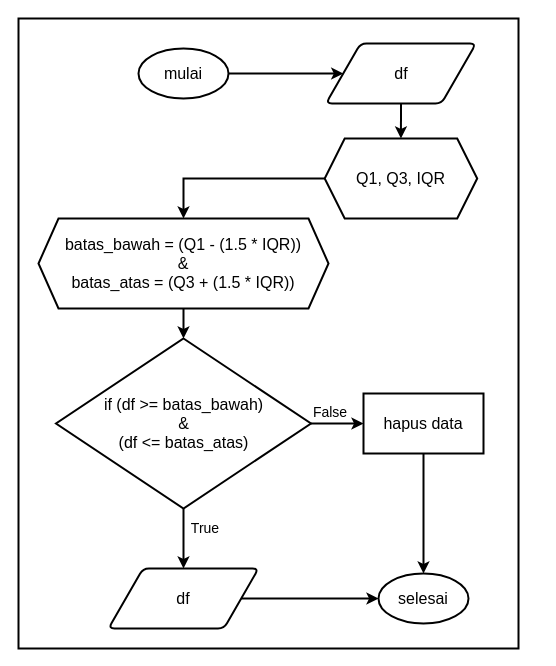
Before: Images/flowchart_menghapus_outlier.drawio in rshby/skripsi, a draw.io diagram. Source tidied: cells renumbered, new cells numbered last; positions are measured from the earlier drawing's top-left corner, leaving out a move shared by most shapes. Both pictures are drawn from the tidied source at 100%, with x=0, y=0 at pixel (18, 18).
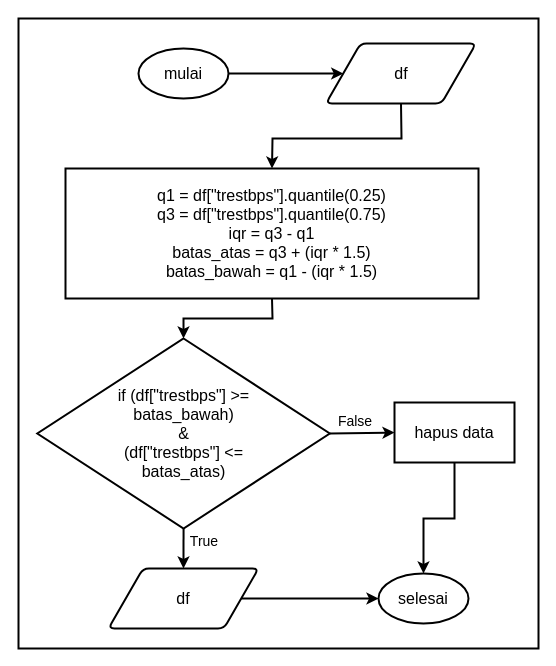
Above is the later version.

Diff of the diagram source:
```diff
@@
-    <mxCell id="2" style="group;" parent="1" vertex="1">
-      <mxGeometry width="500" height="630" as="geometry" />
-    </mxCell>
+    <mxCell id="22" style="group;" parent="1" vertex="1">
+      <mxGeometry width="520" height="630" as="geometry" />
+    </mxCell>
-    <mxCell id="3" style="rounded=0;whiteSpace=wrap;html=1;strokeWidth=2;" parent="2" vertex="1">
-      <mxGeometry width="500" height="630" as="geometry" />
+    <mxCell id="3" style="rounded=0;whiteSpace=wrap;html=1;strokeWidth=2;" parent="22" vertex="1">
+      <mxGeometry width="520" height="630" as="geometry" />
     </mxCell>
-    <mxCell id="4" value="&lt;font style=&quot;font-size: 16px&quot;&gt;mulai&lt;/font&gt;" style="strokeWidth=2;html=1;shape=mxgraph.flowchart.start_1;whiteSpace=wrap;" parent="2" vertex="1">
+    <mxCell id="4" value="&lt;font style=&quot;font-size: 16px&quot;&gt;mulai&lt;/font&gt;" style="strokeWidth=2;html=1;shape=mxgraph.flowchart.start_1;whiteSpace=wrap;" parent="22" vertex="1">
       <mxGeometry x="120" y="30" width="90" height="50" as="geometry" />
     </mxCell>
-    <mxCell id="5" value="&lt;font style=&quot;font-size: 16px&quot;&gt;df&lt;/font&gt;" style="shape=parallelogram;html=1;strokeWidth=2;perimeter=parallelogramPerimeter;whiteSpace=wrap;rounded=1;arcSize=12;size=0.23;" parent="2" vertex="1">
+    <mxCell id="5" value="&lt;font style=&quot;font-size: 16px&quot;&gt;df&lt;/font&gt;" style="shape=parallelogram;html=1;strokeWidth=2;perimeter=parallelogramPerimeter;whiteSpace=wrap;rounded=1;arcSize=12;size=0.23;" parent="22" vertex="1">
       <mxGeometry x="307.5" y="25" width="150" height="60" as="geometry" />
     </mxCell>
-    <mxCell id="6" style="endArrow=classic;html=1;strokeWidth=2;exitX=1;exitY=0.5;exitDx=0;exitDy=0;exitPerimeter=0;entryX=0;entryY=0.5;entryDx=0;entryDy=0;" parent="2" edge="1" source="4" target="5">
+    <mxCell id="6" style="endArrow=classic;html=1;strokeWidth=2;exitX=1;exitY=0.5;exitDx=0;exitDy=0;exitPerimeter=0;entryX=0;entryY=0.5;entryDx=0;entryDy=0;" parent="22" edge="1" source="4" target="5">
       <mxGeometry x="20" as="geometry" />
     </mxCell>
-    <mxCell id="7" value="&lt;span style=&quot;font-size: 16px&quot;&gt;selesai&lt;/span&gt;" style="strokeWidth=2;html=1;shape=mxgraph.flowchart.start_1;whiteSpace=wrap;" parent="2" vertex="1">
+    <mxCell id="7" value="&lt;span style=&quot;font-size: 16px&quot;&gt;selesai&lt;/span&gt;" style="strokeWidth=2;html=1;shape=mxgraph.flowchart.start_1;whiteSpace=wrap;" parent="22" vertex="1">
       <mxGeometry x="360" y="555" width="90" height="50" as="geometry" />
     </mxCell>
-    <mxCell id="8" value="&lt;font style=&quot;font-size: 16px&quot;&gt;df&lt;/font&gt;" style="shape=parallelogram;html=1;strokeWidth=2;perimeter=parallelogramPerimeter;whiteSpace=wrap;rounded=1;arcSize=12;size=0.23;" parent="2" vertex="1">
+    <mxCell id="8" value="&lt;font style=&quot;font-size: 16px&quot;&gt;df&lt;/font&gt;" style="shape=parallelogram;html=1;strokeWidth=2;perimeter=parallelogramPerimeter;whiteSpace=wrap;rounded=1;arcSize=12;size=0.23;" parent="22" vertex="1">
       <mxGeometry x="90" y="550" width="150" height="60" as="geometry" />
     </mxCell>
-    <mxCell id="9" style="endArrow=classic;html=1;exitX=1;exitY=0.5;exitDx=0;exitDy=0;entryX=0;entryY=0.5;entryDx=0;entryDy=0;entryPerimeter=0;strokeWidth=2;" parent="2" edge="1" source="8" target="7">
+    <mxCell id="9" style="endArrow=classic;html=1;exitX=1;exitY=0.5;exitDx=0;exitDy=0;entryX=0;entryY=0.5;entryDx=0;entryDy=0;entryPerimeter=0;strokeWidth=2;" parent="22" edge="1" source="8" target="7">
       <mxGeometry x="20" as="geometry" />
     </mxCell>
-    <mxCell id="10" value="&lt;font style=&quot;font-size: 16px&quot;&gt;if (df &amp;gt;= batas_bawah)&lt;br&gt;&amp;amp;&lt;br&gt;(df &amp;lt;= batas_atas)&lt;/font&gt;" style="rhombus;whiteSpace=wrap;html=1;strokeWidth=2;" parent="2" vertex="1">
-      <mxGeometry x="37.5" y="320" width="255" height="170" as="geometry" />
+    <mxCell id="10" value="&lt;font style=&quot;font-size: 16px&quot;&gt;if (df[&quot;trestbps&quot;] &amp;gt;= &lt;br&gt;batas_bawah)&lt;br&gt;&amp;amp;&lt;br&gt;(df[&quot;trestbps&quot;] &amp;lt;= &lt;br&gt;batas_atas)&lt;/font&gt;" style="rhombus;whiteSpace=wrap;html=1;strokeWidth=2;" parent="22" vertex="1">
+      <mxGeometry x="18.8" y="320" width="292.5" height="190" as="geometry" />
     </mxCell>
-    <mxCell id="11" style="endArrow=classic;html=1;strokeWidth=2;exitX=0.5;exitY=1;exitDx=0;exitDy=0;entryX=0.5;entryY=0;entryDx=0;entryDy=0;" parent="2" edge="1" source="10" target="8">
+    <mxCell id="11" style="endArrow=classic;html=1;strokeWidth=2;exitX=0.5;exitY=1;exitDx=0;exitDy=0;entryX=0.5;entryY=0;entryDx=0;entryDy=0;" parent="22" edge="1" source="10" target="8">
       <mxGeometry x="20" as="geometry" />
     </mxCell>
-    <mxCell id="12" style="endArrow=classic;html=1;strokeWidth=2;exitX=0.5;exitY=1;exitDx=0;exitDy=0;entryX=0.5;entryY=0;entryDx=0;entryDy=0;" parent="2" edge="1" source="5" target="18">
-      <mxGeometry x="20" as="geometry" />
+    <mxCell id="12" style="endArrow=classic;html=1;strokeWidth=2;exitX=0.5;exitY=1;exitDx=0;exitDy=0;entryX=0.5;entryY=0;entryDx=0;entryDy=0;rounded=0;" parent="22" edge="1" source="5" target="23">
+      <mxGeometry x="20" as="geometry">
+        <Array as="points">
+          <mxPoint x="383" y="120" />
+          <mxPoint x="254" y="120" />
+        </Array>
+      </mxGeometry>
     </mxCell>
-    <mxCell id="13" value="&lt;font style=&quot;font-size: 16px&quot;&gt;hapus data&lt;/font&gt;" style="rounded=0;whiteSpace=wrap;html=1;strokeWidth=2;" parent="2" vertex="1">
-      <mxGeometry x="345" y="375" width="120" height="60" as="geometry" />
+    <mxCell id="13" value="&lt;font style=&quot;font-size: 16px&quot;&gt;hapus data&lt;/font&gt;" style="rounded=0;whiteSpace=wrap;html=1;strokeWidth=2;" parent="22" vertex="1">
+      <mxGeometry x="376" y="384" width="120" height="60" as="geometry" />
     </mxCell>
-    <mxCell id="14" style="endArrow=classic;html=1;strokeWidth=2;exitX=1;exitY=0.5;exitDx=0;exitDy=0;entryX=0;entryY=0.5;entryDx=0;entryDy=0;" parent="2" edge="1" source="10" target="13">
+    <mxCell id="14" style="endArrow=classic;html=1;strokeWidth=2;exitX=1;exitY=0.5;exitDx=0;exitDy=0;entryX=0;entryY=0.5;entryDx=0;entryDy=0;" parent="22" edge="1" source="10" target="13">
       <mxGeometry x="20" as="geometry" />
     </mxCell>
-    <mxCell id="15" style="endArrow=classic;html=1;strokeWidth=2;exitX=0.5;exitY=1;exitDx=0;exitDy=0;entryX=0.5;entryY=0;entryDx=0;entryDy=0;entryPerimeter=0;" parent="2" edge="1" source="13" target="7">
-      <mxGeometry x="20" as="geometry" />
+    <mxCell id="15" style="endArrow=classic;html=1;strokeWidth=2;exitX=0.5;exitY=1;exitDx=0;exitDy=0;entryX=0.5;entryY=0;entryDx=0;entryDy=0;entryPerimeter=0;rounded=0;" parent="22" edge="1" source="13" target="7">
+      <mxGeometry x="20" as="geometry">
+        <Array as="points">
+          <mxPoint x="436" y="500" />
+          <mxPoint x="405" y="500" />
+        </Array>
+      </mxGeometry>
     </mxCell>
-    <mxCell id="16" value="&lt;font style=&quot;font-size: 14px&quot;&gt;False&lt;/font&gt;" style="text;html=1;strokeColor=none;fillColor=none;align=center;verticalAlign=middle;whiteSpace=wrap;rounded=0;" parent="2" vertex="1">
-      <mxGeometry x="292" y="384" width="40" height="20" as="geometry" />
+    <mxCell id="16" value="&lt;font style=&quot;font-size: 14px&quot;&gt;False&lt;/font&gt;" style="text;html=1;strokeColor=none;fillColor=none;align=center;verticalAlign=middle;whiteSpace=wrap;rounded=0;" parent="22" vertex="1">
+      <mxGeometry x="317" y="393" width="40" height="20" as="geometry" />
     </mxCell>
-    <mxCell id="17" value="&lt;font style=&quot;font-size: 14px&quot;&gt;True&lt;/font&gt;" style="text;html=1;strokeColor=none;fillColor=none;align=center;verticalAlign=middle;whiteSpace=wrap;rounded=0;" parent="2" vertex="1">
-      <mxGeometry x="167" y="500" width="40" height="20" as="geometry" />
+    <mxCell id="17" value="&lt;font style=&quot;font-size: 14px&quot;&gt;True&lt;/font&gt;" style="text;html=1;strokeColor=none;fillColor=none;align=center;verticalAlign=middle;whiteSpace=wrap;rounded=0;" parent="22" vertex="1">
+      <mxGeometry x="166" y="513" width="40" height="20" as="geometry" />
     </mxCell>
-    <mxCell id="18" value="&lt;font style=&quot;font-size: 16px&quot;&gt;Q1, Q3, IQR&lt;/font&gt;" style="shape=hexagon;perimeter=hexagonPerimeter2;whiteSpace=wrap;html=1;fixedSize=1;strokeWidth=2;" parent="2" vertex="1">
-      <mxGeometry x="306.2" y="120" width="152.5" height="80" as="geometry" />
-    </mxCell>
-    <mxCell id="19" value="&lt;font style=&quot;font-size: 16px&quot;&gt;batas_bawah = (Q1 - (1.5 * IQR))&lt;br&gt;&amp;amp;&lt;br&gt;batas_atas = (Q3 + (1.5 * IQR))&lt;/font&gt;" style="shape=hexagon;perimeter=hexagonPerimeter2;whiteSpace=wrap;html=1;fixedSize=1;strokeWidth=2;" parent="2" vertex="1">
-      <mxGeometry x="20" y="200" width="290" height="90" as="geometry" />
-    </mxCell>
-    <mxCell id="20" style="endArrow=classic;html=1;strokeWidth=2;exitX=0.5;exitY=1;exitDx=0;exitDy=0;entryX=0.5;entryY=0;entryDx=0;entryDy=0;" parent="2" edge="1" source="19" target="10">
-      <mxGeometry relative="1" as="geometry" />
+    <mxCell id="20" style="endArrow=classic;html=1;strokeWidth=2;exitX=0.5;exitY=1;exitDx=0;exitDy=0;entryX=0.5;entryY=0;entryDx=0;entryDy=0;rounded=0;" parent="22" edge="1" source="23" target="10">
+      <mxGeometry as="geometry">
+        <Array as="points">
+          <mxPoint x="254" y="300" />
+          <mxPoint x="165" y="300" />
+        </Array>
+      </mxGeometry>
     </mxCell>
-    <mxCell id="21" style="endArrow=classic;html=1;strokeWidth=2;exitX=0;exitY=0.5;exitDx=0;exitDy=0;entryX=0.5;entryY=0;entryDx=0;entryDy=0;rounded=0;" parent="2" edge="1" source="18" target="19">
-      <mxGeometry relative="1" as="geometry">
-        <Array as="points">
-          <mxPoint x="165" y="160" />
-        </Array>
-      </mxGeometry>
-    </mxCell>
+    <mxCell id="23" value="&lt;font style=&quot;font-size: 16px&quot;&gt;q1 = df[&quot;trestbps&quot;].quantile(0.25)&lt;br&gt;q3 = df[&quot;trestbps&quot;].quantile(0.75)&lt;br&gt;iqr = q3 - q1&lt;br&gt;batas_atas = q3 + (iqr * 1.5)&lt;br&gt;batas_bawah = q1 - (iqr * 1.5)&lt;br&gt;&lt;/font&gt;" style="rounded=0;whiteSpace=wrap;html=1;strokeWidth=2;" parent="22" vertex="1">
+      <mxGeometry x="47" y="150" width="413" height="130" as="geometry" />
+    </mxCell>
```
